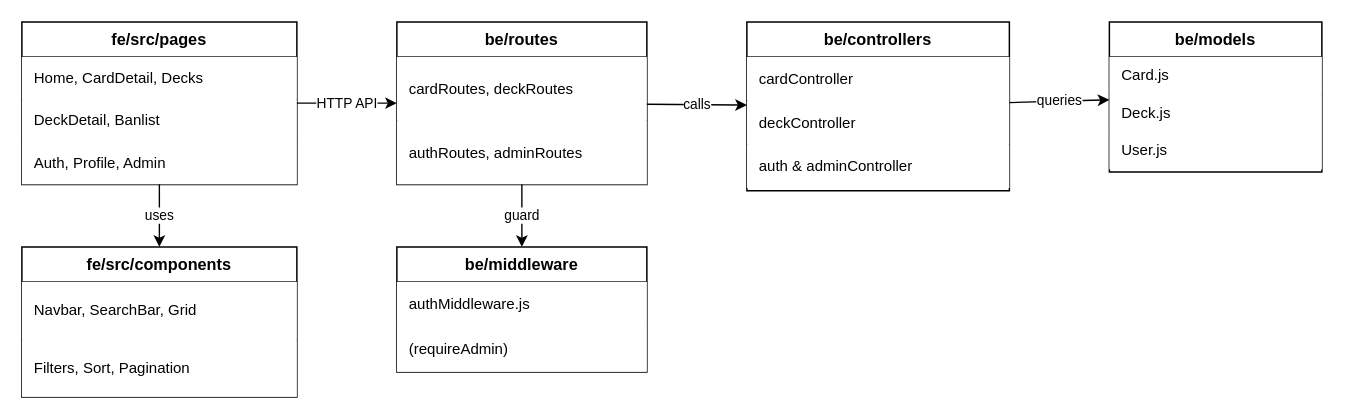
Earlier version of the draw.io diagram page "1.2 Package & Dependency Diagram" (2 of 3) of Tai lieu/Draw.io/SDS_1_High_Level_Design.drawio (minhthanh1806/PROJECT_SDN). Source tidied: cells renumbered, new cells numbered last; positions are measured from the earlier drawing's top-left corner, leaving out a move shared by most shapes. Both pictures are drawn from the tidied source at 125%, with x=0, y=0 at pixel (21, 21).
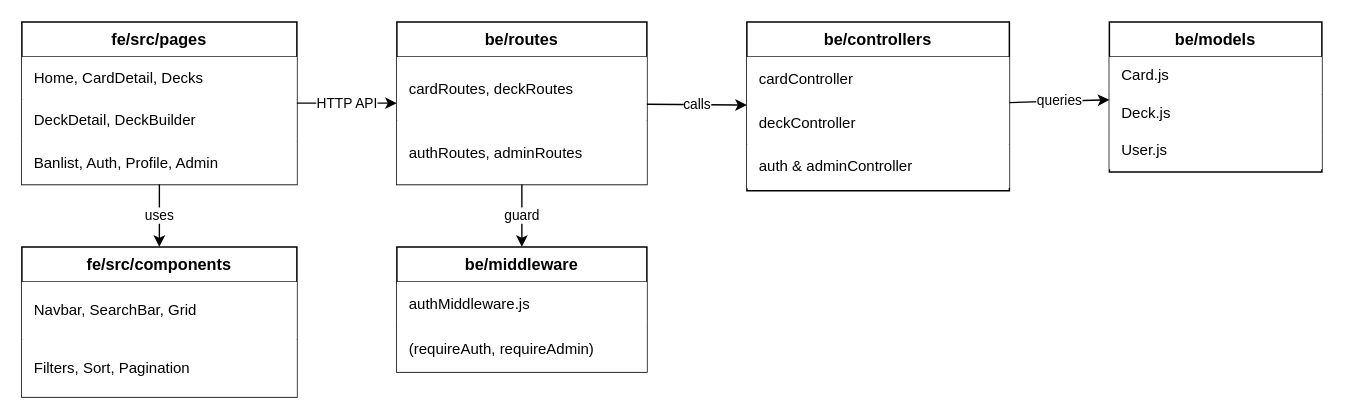
The same page after the edit.

Unchanged cells that the change refers to:
```xml
<mxCell id="2" value="fe/src/pages" style="swimlane;fontStyle=1;align=center;verticalAlign=top;horizontal=1;startSize=28;whiteSpace=wrap;html=1;fillColor=#ffffff;strokeColor=#000000;fontColor=#000000;fontSize=13;strokeWidth=1.2;" parent="1" vertex="1">
  <mxGeometry width="220" height="130" as="geometry" />
</mxCell>
<mxCell id="12" value="be/middleware" style="swimlane;fontStyle=1;align=center;verticalAlign=top;horizontal=1;startSize=28;whiteSpace=wrap;html=1;fillColor=#ffffff;strokeColor=#000000;fontColor=#000000;fontSize=13;strokeWidth=1.2;" parent="1" vertex="1">
  <mxGeometry x="300" y="180" width="200" height="100" as="geometry" />
</mxCell>
```

What changed in the source:
```diff
@@
-    <mxCell id="4" value="DeckDetail, Banlist" style="text;strokeColor=none;fillColor=#ffffff;align=left;verticalAlign=middle;spacingLeft=8;whiteSpace=wrap;html=1;fontSize=12;fontColor=#000000;" parent="2" vertex="1">
+    <mxCell id="4" value="DeckDetail, DeckBuilder" style="text;strokeColor=none;fillColor=#ffffff;align=left;verticalAlign=middle;spacingLeft=8;whiteSpace=wrap;html=1;fontSize=12;fontColor=#000000;" parent="2" vertex="1">
       <mxGeometry y="62" width="220" height="34" as="geometry" />
     </mxCell>
-    <mxCell id="5" value="Auth, Profile, Admin" style="text;strokeColor=none;fillColor=#ffffff;align=left;verticalAlign=middle;spacingLeft=8;whiteSpace=wrap;html=1;fontSize=12;fontColor=#000000;" parent="2" vertex="1">
+    <mxCell id="5" value="Banlist, Auth, Profile, Admin" style="text;strokeColor=none;fillColor=#ffffff;align=left;verticalAlign=middle;spacingLeft=8;whiteSpace=wrap;html=1;fontSize=12;fontColor=#000000;" parent="2" vertex="1">
       <mxGeometry y="96" width="220" height="34" as="geometry" />
     </mxCell>
@@
-    <mxCell id="14" value="(requireAdmin)" style="text;strokeColor=none;fillColor=#ffffff;align=left;verticalAlign=middle;spacingLeft=8;whiteSpace=wrap;html=1;fontSize=12;fontColor=#000000;" parent="12" vertex="1">
+    <mxCell id="14" value="(requireAuth, requireAdmin)" style="text;strokeColor=none;fillColor=#ffffff;align=left;verticalAlign=middle;spacingLeft=8;whiteSpace=wrap;html=1;fontSize=12;fontColor=#000000;" parent="12" vertex="1">
       <mxGeometry y="64" width="200" height="36" as="geometry" />
     </mxCell>
```
